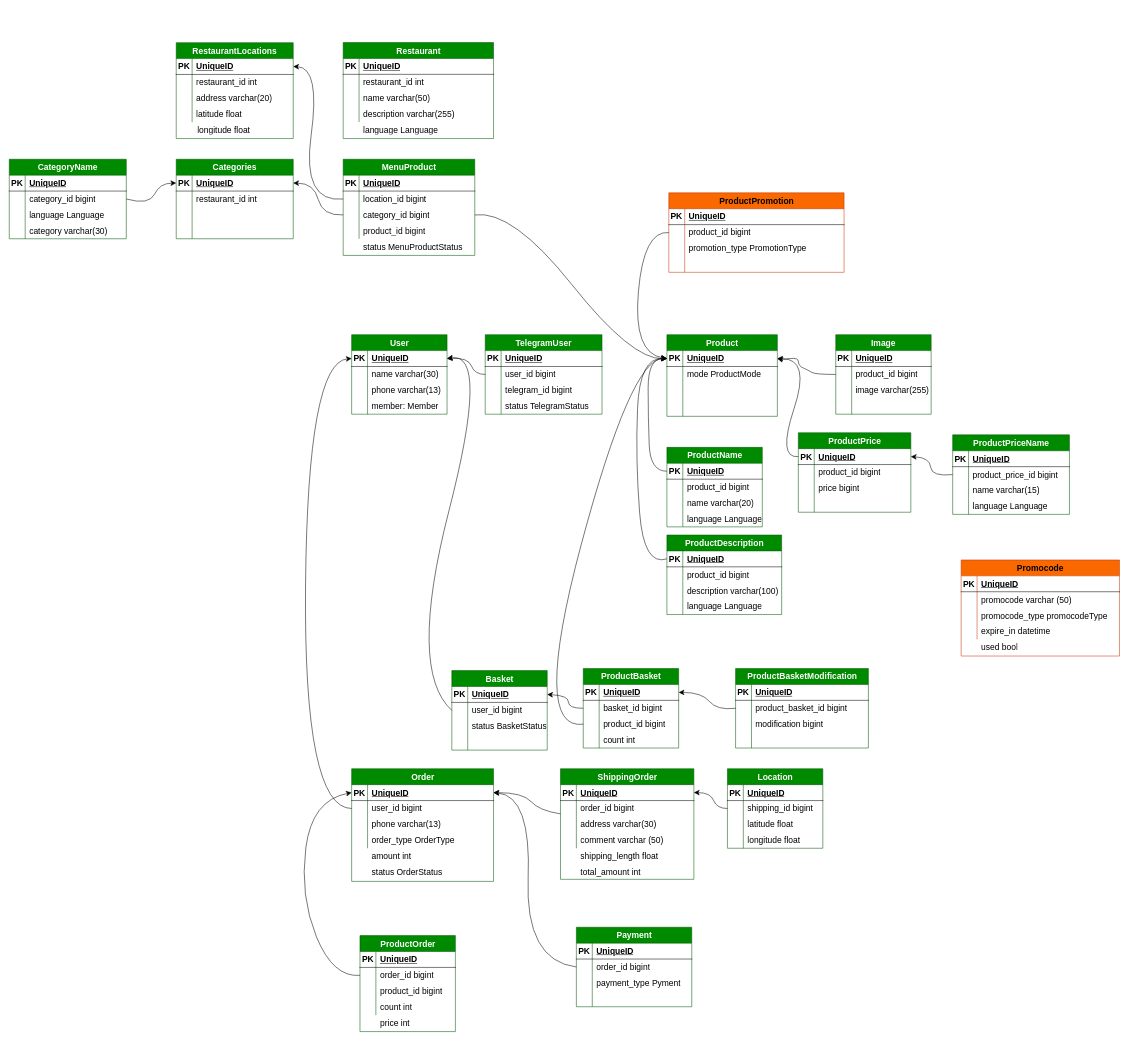
KmvRoman/Diagrams keeps this draw.io diagram as page "db scheme" (2 of 2) of restaurant.drawio. Above is the earlier version. Source tidied: cells renumbered, new cells numbered last; positions are measured from the earlier drawing's top-left corner, leaving out a move shared by most shapes. Both pictures are drawn from the tidied source at 53%, with x=0, y=0 at pixel (9, 42).
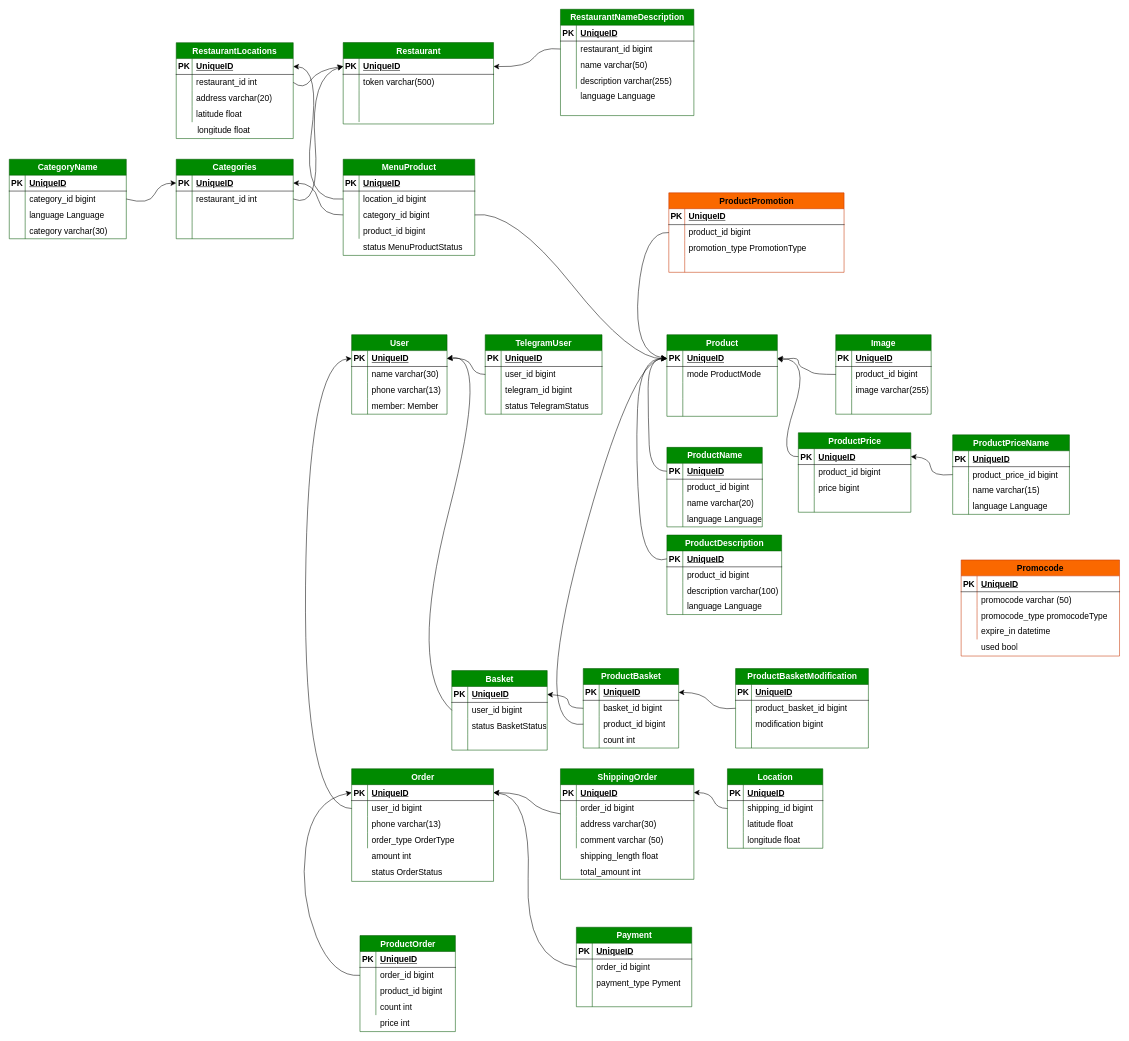
Above is the later version.

The change refers to these unchanged cells:
```xml
<mxCell id="231" style="shape=tableRow;horizontal=0;startSize=0;swimlaneHead=0;swimlaneBody=0;fillColor=none;points=[[0,0.5],[1,0.5]];portConstraint=eastwest;top=0;left=0;right=0;bottom=1;fontSize=16;" parent="230" vertex="1">
  <mxGeometry y="30" width="283.7" height="30" as="geometry" />
</mxCell>
<mxCell id="234" style="shape=tableRow;horizontal=0;startSize=0;swimlaneHead=0;swimlaneBody=0;fillColor=none;top=0;left=0;right=0;bottom=0;fontSize=16;" parent="230" vertex="1">
  <mxGeometry y="60" width="283.7" height="30" as="geometry" />
</mxCell>
<mxCell id="237" style="shape=tableRow;horizontal=0;startSize=0;swimlaneHead=0;swimlaneBody=0;fillColor=none;top=0;left=0;right=0;bottom=0;fontSize=16;" parent="230" vertex="1">
  <mxGeometry y="90" width="283.7" height="30" as="geometry" />
</mxCell>
<mxCell id="240" style="shape=tableRow;horizontal=0;startSize=0;swimlaneHead=0;swimlaneBody=0;fillColor=none;top=0;left=0;right=0;bottom=0;fontSize=16;" parent="230" vertex="1">
  <mxGeometry y="120" width="283.7" height="30" as="geometry" />
</mxCell>
<mxCell id="248" style="shape=tableRow;horizontal=0;startSize=0;swimlaneHead=0;swimlaneBody=0;fillColor=none;points=[[0,0.5],[1,0.5]];portConstraint=eastwest;top=0;left=0;right=0;bottom=0;fontSize=16;" parent="244" vertex="1">
  <mxGeometry y="60" width="220.8" height="30" as="geometry" />
</mxCell>
<mxCell id="261" style="shape=tableRow;horizontal=0;startSize=0;swimlaneHead=0;swimlaneBody=0;fillColor=none;points=[[0,0.5],[1,0.5]];portConstraint=eastwest;top=0;left=0;right=0;bottom=0;fontSize=16;" parent="257" vertex="1">
  <mxGeometry y="60" width="220.8" height="30" as="geometry" />
</mxCell>
```

Diff of the diagram source:
```diff
@@
     <mxCell id="230" value="Restaurant" style="shape=table;startSize=30;childLayout=tableLayout;rowLines=0;fontStyle=1;align=center;html=1;fontSize=16;fillColor=#008a00;fontColor=#ffffff;strokeColor=#005700;" parent="1" vertex="1">
-      <mxGeometry x="630" y="-0.2" width="283.7" height="181.1" as="geometry" />
+      <mxGeometry x="630" y="-0.2" width="283.7" height="153.6" as="geometry" />
     </mxCell>
@@
-    <mxCell id="236" value="restaurant_id int" style="shape=partialRectangle;fillColor=none;top=0;left=0;bottom=0;right=0;align=left;spacingLeft=6;overflow=hidden;whiteSpace=wrap;html=1;fontSize=16;" parent="234" vertex="1">
+    <mxCell id="236" value="token varchar(500)" style="shape=partialRectangle;fillColor=none;top=0;left=0;bottom=0;right=0;align=left;spacingLeft=6;overflow=hidden;whiteSpace=wrap;html=1;fontSize=16;" parent="234" vertex="1">
       <mxGeometry x="30" width="253.7" height="30" as="geometry" />
     </mxCell>
@@
-    <mxCell id="239" value="name varchar(50)" style="shape=partialRectangle;fillColor=none;top=0;left=0;bottom=0;right=0;align=left;spacingLeft=6;overflow=hidden;whiteSpace=wrap;html=1;fontSize=16;" parent="237" vertex="1">
+    <mxCell id="239" style="shape=partialRectangle;fillColor=none;top=0;left=0;bottom=0;right=0;align=left;spacingLeft=6;overflow=hidden;whiteSpace=wrap;html=1;fontSize=16;" parent="237" vertex="1">
       <mxGeometry x="30" width="253.7" height="30" as="geometry" />
     </mxCell>
@@
-    <mxCell id="242" value="description varchar(255)" style="shape=partialRectangle;fillColor=none;top=0;left=0;bottom=0;right=0;align=left;spacingLeft=6;overflow=hidden;whiteSpace=wrap;html=1;fontSize=16;" parent="240" vertex="1">
+    <mxCell id="242" style="shape=partialRectangle;fillColor=none;top=0;left=0;bottom=0;right=0;align=left;spacingLeft=6;overflow=hidden;whiteSpace=wrap;html=1;fontSize=16;" parent="240" vertex="1">
       <mxGeometry x="30" width="253.7" height="30" as="geometry" />
     </mxCell>
-    <mxCell id="243" value="language Language" style="shape=partialRectangle;fillColor=none;top=0;left=0;bottom=0;right=0;align=left;spacingLeft=6;overflow=hidden;whiteSpace=wrap;html=1;fontSize=16;" parent="1" vertex="1">
-      <mxGeometry x="660" y="149.4" width="253.7" height="30" as="geometry" />
-    </mxCell>
@@
+    <mxCell id="331" style="edgeStyle=none;curved=1;rounded=0;jettySize=auto;html=1;entryX=0;entryY=0.5;entryDx=0;entryDy=0;fontSize=12;startSize=8;endSize=8;exitX=1;exitY=0.5;exitDx=0;exitDy=0;" parent="1" edge="1" source="261" target="231">
+      <mxGeometry relative="1" as="geometry">
+        <Array as="points">
+          <mxPoint x="587" y="315" />
+          <mxPoint x="567" y="63" />
+        </Array>
+      </mxGeometry>
+    </mxCell>
@@
+    <mxCell id="332" value="RestaurantNameDescription" style="shape=table;startSize=30;childLayout=tableLayout;rowLines=0;fontStyle=1;align=center;html=1;fontSize=16;fillColor=#008a00;fontColor=#ffffff;strokeColor=#005700;" parent="1" vertex="1">
+      <mxGeometry x="1040" y="-63" width="251.7" height="200.6" as="geometry" />
+    </mxCell>
+    <mxCell id="333" style="shape=tableRow;horizontal=0;startSize=0;swimlaneHead=0;swimlaneBody=0;fillColor=none;top=0;left=0;right=0;bottom=1;fontSize=16;" parent="332" vertex="1">
+      <mxGeometry y="30" width="251.7" height="30" as="geometry" />
+    </mxCell>
+    <mxCell id="334" value="PK" style="shape=partialRectangle;fillColor=none;top=0;left=0;bottom=0;right=0;fontStyle=1;overflow=hidden;whiteSpace=wrap;html=1;fontSize=16;" parent="333" vertex="1">
+      <mxGeometry width="30" height="30" as="geometry" />
+    </mxCell>
+    <mxCell id="335" value="UniqueID" style="shape=partialRectangle;fillColor=none;top=0;left=0;bottom=0;right=0;align=left;spacingLeft=6;fontStyle=5;overflow=hidden;whiteSpace=wrap;html=1;fontSize=16;" parent="333" vertex="1">
+      <mxGeometry x="30" width="221.7" height="30" as="geometry" />
+    </mxCell>
+    <mxCell id="336" style="shape=tableRow;horizontal=0;startSize=0;swimlaneHead=0;swimlaneBody=0;fillColor=none;points=[[0,0.5],[1,0.5]];portConstraint=eastwest;top=0;left=0;right=0;bottom=0;fontSize=16;" parent="332" vertex="1">
+      <mxGeometry y="60" width="251.7" height="30" as="geometry" />
+    </mxCell>
+    <mxCell id="337" style="shape=partialRectangle;fillColor=none;top=0;left=0;bottom=0;right=0;overflow=hidden;whiteSpace=wrap;html=1;fontSize=16;" parent="336" vertex="1">
+      <mxGeometry width="30" height="30" as="geometry" />
+    </mxCell>
+    <mxCell id="338" value="restaurant_id bigint" style="shape=partialRectangle;fillColor=none;top=0;left=0;bottom=0;right=0;align=left;spacingLeft=6;overflow=hidden;whiteSpace=wrap;html=1;fontSize=16;" parent="336" vertex="1">
+      <mxGeometry x="30" width="221.7" height="30" as="geometry" />
+    </mxCell>
+    <mxCell id="339" style="shape=tableRow;horizontal=0;startSize=0;swimlaneHead=0;swimlaneBody=0;fillColor=none;top=0;left=0;right=0;bottom=0;fontSize=16;" parent="332" vertex="1">
+      <mxGeometry y="90" width="251.7" height="30" as="geometry" />
+    </mxCell>
+    <mxCell id="340" style="shape=partialRectangle;fillColor=none;top=0;left=0;bottom=0;right=0;overflow=hidden;whiteSpace=wrap;html=1;fontSize=16;" parent="339" vertex="1">
+      <mxGeometry width="30" height="30" as="geometry" />
+    </mxCell>
+    <mxCell id="341" value="name varchar(50)" style="shape=partialRectangle;fillColor=none;top=0;left=0;bottom=0;right=0;align=left;spacingLeft=6;overflow=hidden;whiteSpace=wrap;html=1;fontSize=16;" parent="339" vertex="1">
+      <mxGeometry x="30" width="221.7" height="30" as="geometry" />
+    </mxCell>
+    <mxCell id="342" style="shape=tableRow;horizontal=0;startSize=0;swimlaneHead=0;swimlaneBody=0;fillColor=none;top=0;left=0;right=0;bottom=0;fontSize=16;" parent="332" vertex="1">
+      <mxGeometry y="120" width="251.7" height="30" as="geometry" />
+    </mxCell>
+    <mxCell id="343" style="shape=partialRectangle;fillColor=none;top=0;left=0;bottom=0;right=0;overflow=hidden;whiteSpace=wrap;html=1;fontSize=16;" parent="342" vertex="1">
+      <mxGeometry width="30" height="30" as="geometry" />
+    </mxCell>
+    <mxCell id="344" value="description varchar(255)" style="shape=partialRectangle;fillColor=none;top=0;left=0;bottom=0;right=0;align=left;spacingLeft=6;overflow=hidden;whiteSpace=wrap;html=1;fontSize=16;" parent="342" vertex="1">
+      <mxGeometry x="30" width="221.7" height="30" as="geometry" />
+    </mxCell>
+    <mxCell id="243" value="language Language" style="shape=partialRectangle;fillColor=none;top=0;left=0;bottom=0;right=0;align=left;spacingLeft=6;overflow=hidden;whiteSpace=wrap;html=1;fontSize=16;" parent="1" vertex="1">
+      <mxGeometry x="1070" y="86.4" width="221.7" height="30" as="geometry" />
+    </mxCell>
+    <mxCell id="345" style="edgeStyle=none;curved=1;rounded=0;jettySize=auto;html=1;entryX=0;entryY=0.5;entryDx=0;entryDy=0;fontSize=12;startSize=8;endSize=8;exitX=1;exitY=0.5;exitDx=0;exitDy=0;" parent="1" edge="1" source="248" target="231">
+      <mxGeometry relative="1" as="geometry">
+        <Array as="points">
+          <mxPoint x="555" y="90" />
+          <mxPoint x="583" y="51" />
+        </Array>
+      </mxGeometry>
+    </mxCell>
+    <mxCell id="346" style="edgeStyle=none;curved=1;rounded=0;jettySize=auto;html=1;entryX=1;entryY=0.5;entryDx=0;entryDy=0;fontSize=12;startSize=8;endSize=8;exitX=0;exitY=0.5;exitDx=0;exitDy=0;" parent="1" edge="1" source="336" target="231">
+      <mxGeometry relative="1" as="geometry">
+        <Array as="points">
+          <mxPoint x="1004" y="8" />
+          <mxPoint x="977" y="47" />
+        </Array>
+      </mxGeometry>
+    </mxCell>
```
